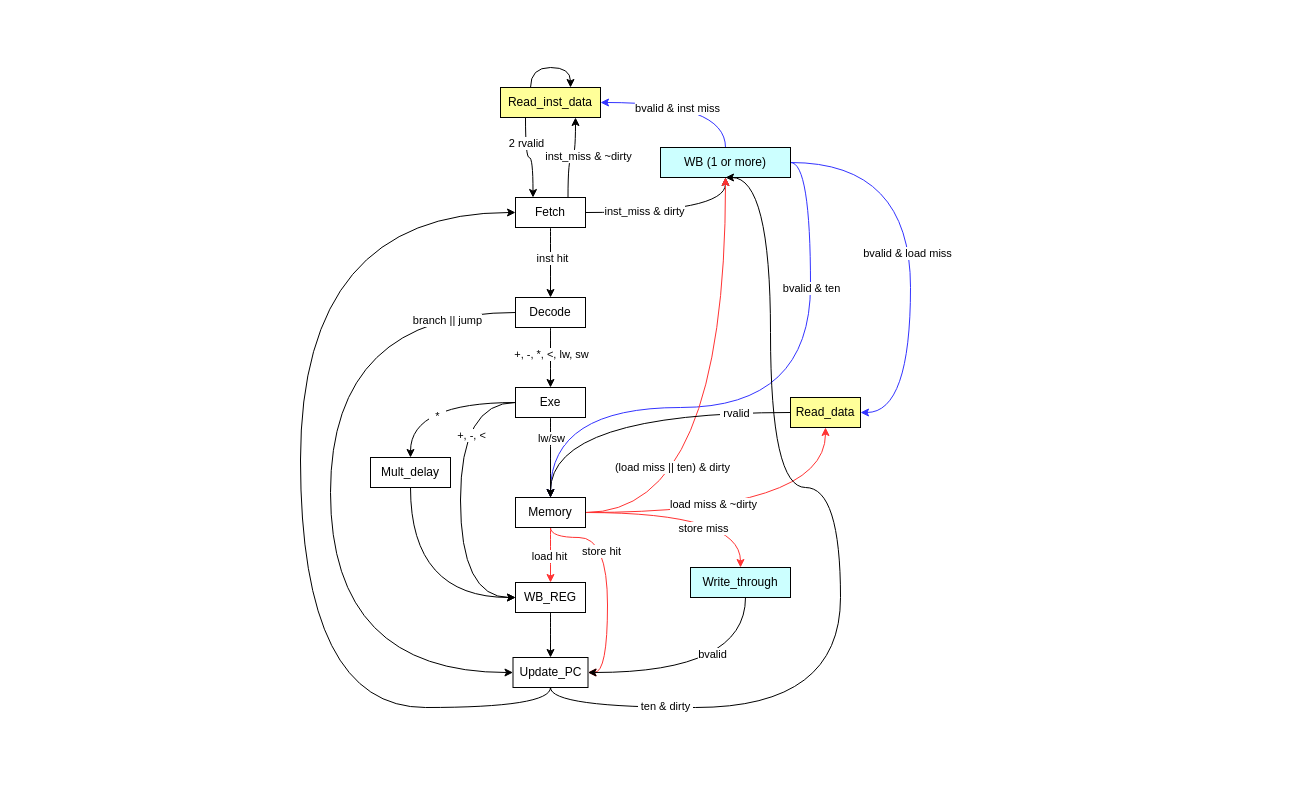
Jaychao2099/2025-fall-iclab keeps this draw.io diagram as Midterm Project/FSM.drawio. Above is the earlier version. Source tidied: cells renumbered, new cells numbered last; positions are measured from the earlier drawing's top-left corner, leaving out a move shared by most shapes. Both pictures are drawn from the tidied source at 100%, with x=0, y=0 at pixel (300, 67).
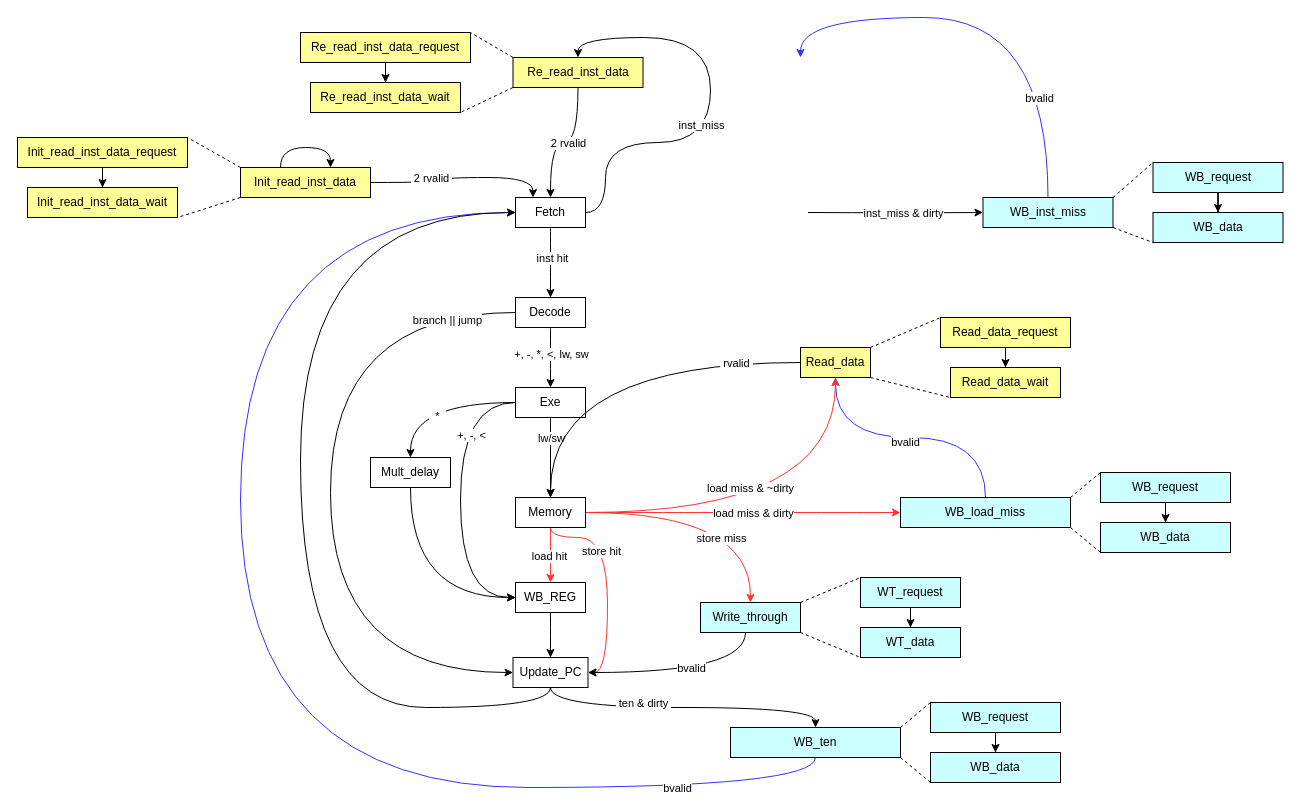
The same diagram, later.

The change refers to these unchanged cells:
```xml
<mxCell id="11" value="Fetch" style="rounded=0;whiteSpace=wrap;html=1;" parent="1" vertex="1">
  <mxGeometry x="215" y="130" width="70" height="30" as="geometry" />
</mxCell>
<mxCell id="33" style="edgeStyle=orthogonalEdgeStyle;rounded=0;jettySize=auto;html=1;curved=1;strokeColor=#FF3333;" parent="1" edge="1" source="41" target="55">
  <mxGeometry relative="1" as="geometry" />
</mxCell>
<mxCell id="41" value="Memory" style="rounded=0;whiteSpace=wrap;html=1;" parent="1" vertex="1">
  <mxGeometry x="215" y="430" width="70" height="30" as="geometry" />
</mxCell>
<mxCell id="47" value="Update_PC" style="rounded=0;whiteSpace=wrap;html=1;" parent="1" vertex="1">
  <mxGeometry x="212.5" y="590" width="75" height="30" as="geometry" />
</mxCell>
<mxCell id="53" style="edgeStyle=orthogonalEdgeStyle;rounded=0;jettySize=auto;html=1;curved=1;" parent="1" edge="1" source="55" target="47">
  <mxGeometry relative="1" as="geometry">
    <Array as="points">
      <mxPoint x="445" y="605" />
    </Array>
  </mxGeometry>
</mxCell>
```

What changed in the source:
```diff
@@
-    <mxCell id="2" style="edgeStyle=orthogonalEdgeStyle;rounded=0;jettySize=auto;html=1;exitX=0.25;exitY=1;exitDx=0;exitDy=0;entryX=0.25;entryY=0;entryDx=0;entryDy=0;curved=1;" parent="1" edge="1" source="4" target="11">
+    <mxCell id="2" style="edgeStyle=orthogonalEdgeStyle;rounded=0;jettySize=auto;html=1;exitX=1;exitY=0.5;exitDx=0;exitDy=0;entryX=0.25;entryY=0;entryDx=0;entryDy=0;curved=1;" parent="1" edge="1" source="4" target="11">
       <mxGeometry relative="1" as="geometry" />
     </mxCell>
-    <mxCell id="3" value="2 rvalid" style="edgeLabel;html=1;align=center;verticalAlign=middle;" parent="2" vertex="1">
-      <mxGeometry x="-0.43" relative="1" as="geometry" />
+    <mxCell id="3" value="&amp;nbsp;2 rvalid&amp;nbsp;" style="edgeLabel;html=1;align=center;verticalAlign=middle;" parent="2" vertex="1">
+      <mxGeometry x="-0.43" relative="1" as="geometry">
+        <mxPoint x="7" y="-5" as="offset" />
+      </mxGeometry>
     </mxCell>
-    <mxCell id="4" value="Read_inst_data" style="rounded=0;whiteSpace=wrap;html=1;fillColor=#FFFF99;" parent="1" vertex="1">
-      <mxGeometry x="200" y="20" width="100" height="30" as="geometry" />
+    <mxCell id="4" value="Init_read_inst_data" style="rounded=0;whiteSpace=wrap;html=1;fillColor=#FFFF99;" parent="1" vertex="1">
+      <mxGeometry x="-60" y="100" width="130" height="30" as="geometry" />
     </mxCell>
-    <mxCell id="5" style="edgeStyle=orthogonalEdgeStyle;rounded=0;jettySize=auto;html=1;curved=1;" parent="1" edge="1" source="11" target="18">
-      <mxGeometry relative="1" as="geometry" />
+    <mxCell id="5" style="edgeStyle=orthogonalEdgeStyle;rounded=0;jettySize=auto;html=1;curved=1;" parent="1" edge="1" target="18">
+      <mxGeometry relative="1" as="geometry">
+        <mxPoint x="507.5" y="145" as="sourcePoint" />
+      </mxGeometry>
     </mxCell>
     <mxCell id="6" value="inst_miss &amp;amp; dirty" style="edgeLabel;html=1;align=center;verticalAlign=middle;" parent="5" vertex="1">
-      <mxGeometry x="-0.34" y="2" relative="1" as="geometry" />
+      <mxGeometry x="-0.34" y="2" relative="1" as="geometry">
+        <mxPoint x="37" y="2" as="offset" />
+      </mxGeometry>
     </mxCell>
-    <mxCell id="7" style="edgeStyle=orthogonalEdgeStyle;rounded=0;jettySize=auto;html=1;exitX=0.75;exitY=0;exitDx=0;exitDy=0;entryX=0.75;entryY=1;entryDx=0;entryDy=0;curved=1;" parent="1" edge="1" source="11" target="4">
-      <mxGeometry relative="1" as="geometry" />
+    <mxCell id="7" style="edgeStyle=orthogonalEdgeStyle;rounded=0;jettySize=auto;html=1;exitX=1;exitY=0.5;exitDx=0;exitDy=0;entryX=0.5;entryY=0;entryDx=0;entryDy=0;curved=1;" parent="1" edge="1" source="11" target="60">
+      <mxGeometry relative="1" as="geometry">
+        <Array as="points">
+          <mxPoint x="305" y="145" />
+          <mxPoint x="305" y="75" />
+          <mxPoint x="410" y="75" />
+          <mxPoint x="410" y="-30" />
+          <mxPoint x="278" y="-30" />
+        </Array>
+      </mxGeometry>
     </mxCell>
-    <mxCell id="8" value="inst_miss &amp;amp; ~dirty" style="edgeLabel;html=1;align=center;verticalAlign=middle;" parent="7" vertex="1">
+    <mxCell id="8" value="inst_miss" style="edgeLabel;html=1;align=center;verticalAlign=middle;" parent="7" vertex="1">
       <mxGeometry x="-0.02" y="2" relative="1" as="geometry">
-        <mxPoint x="17" as="offset" />
+        <mxPoint x="-8" y="9" as="offset" />
       </mxGeometry>
     </mxCell>
@@
-    <mxCell id="12" style="edgeStyle=orthogonalEdgeStyle;rounded=0;jettySize=auto;html=1;curved=1;strokeColor=#3333FF;" parent="1" edge="1" source="18" target="4">
+    <mxCell id="12" style="edgeStyle=orthogonalEdgeStyle;rounded=0;jettySize=auto;html=1;curved=1;strokeColor=#3333FF;exitX=0.5;exitY=0;exitDx=0;exitDy=0;entryX=0.5;entryY=0;entryDx=0;entryDy=0;" parent="1" edge="1" source="18">
       <mxGeometry relative="1" as="geometry">
+        <mxPoint x="500" y="-10" as="targetPoint" />
         <Array as="points">
-          <mxPoint x="425" y="35" />
+          <mxPoint x="747.5" y="-50" />
+          <mxPoint x="500.5" y="-50" />
         </Array>
       </mxGeometry>
     </mxCell>
-    <mxCell id="13" value="bvalid &amp;amp; inst miss" style="edgeLabel;html=1;align=center;verticalAlign=middle;" parent="12" vertex="1">
-      <mxGeometry x="0.1" y="5" relative="1" as="geometry" />
+    <mxCell id="13" value="bvalid" style="edgeLabel;html=1;align=center;verticalAlign=middle;" parent="12" vertex="1">
+      <mxGeometry x="0.1" y="5" relative="1" as="geometry">
+        <mxPoint x="68" y="75" as="offset" />
+      </mxGeometry>
     </mxCell>
-    <mxCell id="14" style="edgeStyle=orthogonalEdgeStyle;rounded=0;jettySize=auto;html=1;curved=1;exitX=1;exitY=0.5;exitDx=0;exitDy=0;strokeColor=#3333FF;" parent="1" edge="1" source="18" target="52">
-      <mxGeometry relative="1" as="geometry">
-        <Array as="points">
-          <mxPoint x="610" y="95" />
-          <mxPoint x="610" y="345" />
-        </Array>
-      </mxGeometry>
+    <mxCell id="14" style="edgeStyle=orthogonalEdgeStyle;rounded=0;jettySize=auto;html=1;curved=1;exitX=0.5;exitY=0;exitDx=0;exitDy=0;strokeColor=#3333FF;entryX=0.5;entryY=1;entryDx=0;entryDy=0;" parent="1" edge="1" source="85" target="52">
+      <mxGeometry relative="1" as="geometry" />
     </mxCell>
-    <mxCell id="15" value="bvalid &amp;amp; load miss" style="edgeLabel;html=1;align=center;verticalAlign=middle;" parent="14" vertex="1">
-      <mxGeometry y="-4" relative="1" as="geometry" />
+    <mxCell id="15" value="bvalid" style="edgeLabel;html=1;align=center;verticalAlign=middle;" parent="14" vertex="1">
+      <mxGeometry y="-4" relative="1" as="geometry">
+        <mxPoint x="-6" y="8" as="offset" />
+      </mxGeometry>
     </mxCell>
-    <mxCell id="16" style="edgeStyle=orthogonalEdgeStyle;rounded=0;jettySize=auto;html=1;exitX=1;exitY=0.5;exitDx=0;exitDy=0;entryX=0.5;entryY=0;entryDx=0;entryDy=0;curved=1;strokeColor=#3333FF;" parent="1" edge="1" source="18" target="41">
+    <mxCell id="16" style="edgeStyle=orthogonalEdgeStyle;rounded=0;jettySize=auto;html=1;exitX=0.5;exitY=1;exitDx=0;exitDy=0;entryX=0;entryY=0.5;entryDx=0;entryDy=0;curved=1;strokeColor=#3333FF;" parent="1" edge="1" source="91" target="11">
       <mxGeometry relative="1" as="geometry">
         <Array as="points">
-          <mxPoint x="510" y="95" />
-          <mxPoint x="510" y="340" />
-          <mxPoint x="250" y="340" />
+          <mxPoint x="515" y="720" />
+          <mxPoint x="-60" y="720" />
+          <mxPoint x="-60" y="145" />
         </Array>
       </mxGeometry>
     </mxCell>
-    <mxCell id="17" value="bvalid &amp;amp; ten" style="edgeLabel;html=1;align=center;verticalAlign=middle;" parent="16" vertex="1">
+    <mxCell id="17" value="bvalid" style="edgeLabel;html=1;align=center;verticalAlign=middle;" parent="16" vertex="1">
       <mxGeometry x="-0.53" y="3" relative="1" as="geometry">
-        <mxPoint x="-3" as="offset" />
+        <mxPoint x="173" y="-3" as="offset" />
       </mxGeometry>
     </mxCell>
-    <mxCell id="18" value="WB (1 or more)" style="rounded=0;whiteSpace=wrap;html=1;fillColor=#CCFFFF;" parent="1" vertex="1">
-      <mxGeometry x="360" y="80" width="130" height="30" as="geometry" />
+    <mxCell id="18" value="WB_inst_miss" style="rounded=0;whiteSpace=wrap;html=1;fillColor=#CCFFFF;" parent="1" vertex="1">
+      <mxGeometry x="682.5" y="130" width="130" height="30" as="geometry" />
     </mxCell>
@@
     <mxCell id="34" value="store miss" style="edgeLabel;html=1;align=center;verticalAlign=middle;" parent="33" vertex="1">
-      <mxGeometry x="0.11" y="-15" relative="1" as="geometry" />
+      <mxGeometry x="0.11" y="-15" relative="1" as="geometry">
+        <mxPoint x="-7" y="10" as="offset" />
+      </mxGeometry>
     </mxCell>
@@
-    <mxCell id="37" style="edgeStyle=orthogonalEdgeStyle;rounded=0;jettySize=auto;html=1;curved=1;entryX=0.5;entryY=1;entryDx=0;entryDy=0;strokeColor=#FF3333;" parent="1" edge="1" source="41" target="52">
-      <mxGeometry relative="1" as="geometry" />
+    <mxCell id="37" style="edgeStyle=orthogonalEdgeStyle;rounded=0;jettySize=auto;html=1;curved=1;entryX=0.5;entryY=1;entryDx=0;entryDy=0;strokeColor=#FF3333;exitX=1;exitY=0.5;exitDx=0;exitDy=0;" parent="1" edge="1" source="41" target="52">
+      <mxGeometry relative="1" as="geometry">
+        <Array as="points">
+          <mxPoint x="535" y="445" />
+        </Array>
+      </mxGeometry>
     </mxCell>
     <mxCell id="38" value="load miss &amp;amp; ~dirty" style="edgeLabel;html=1;align=center;verticalAlign=middle;" parent="37" vertex="1">
-      <mxGeometry x="-0.22" y="9" relative="1" as="geometry" />
+      <mxGeometry x="-0.22" y="9" relative="1" as="geometry">
+        <mxPoint x="14" y="-16" as="offset" />
+      </mxGeometry>
     </mxCell>
-    <mxCell id="39" style="edgeStyle=orthogonalEdgeStyle;rounded=0;jettySize=auto;html=1;exitX=1;exitY=0.5;exitDx=0;exitDy=0;curved=1;strokeColor=#FF3333;" parent="1" edge="1" source="41" target="18">
+    <mxCell id="39" style="edgeStyle=orthogonalEdgeStyle;rounded=0;jettySize=auto;html=1;exitX=1;exitY=0.5;exitDx=0;exitDy=0;curved=1;strokeColor=#FF3333;entryX=0;entryY=0.5;entryDx=0;entryDy=0;" parent="1" edge="1" source="41" target="85">
       <mxGeometry relative="1" as="geometry" />
     </mxCell>
-    <mxCell id="40" value="(load miss&amp;nbsp;|| ten)&amp;nbsp;&amp;amp; dirty" style="edgeLabel;html=1;align=center;verticalAlign=middle;" parent="39" vertex="1">
-      <mxGeometry x="-0.64" y="46" relative="1" as="geometry" />
+    <mxCell id="40" value="load miss &amp;amp; dirty" style="edgeLabel;html=1;align=center;verticalAlign=middle;" parent="39" vertex="1">
+      <mxGeometry x="-0.64" y="46" relative="1" as="geometry">
+        <mxPoint x="110" y="46" as="offset" />
+      </mxGeometry>
     </mxCell>
@@
-    <mxCell id="45" style="edgeStyle=orthogonalEdgeStyle;rounded=0;jettySize=auto;html=1;exitX=0.5;exitY=1;exitDx=0;exitDy=0;entryX=0.5;entryY=1;entryDx=0;entryDy=0;curved=1;" parent="1" edge="1" source="47" target="18">
-      <mxGeometry relative="1" as="geometry">
-        <Array as="points">
-          <mxPoint x="250" y="640" />
-          <mxPoint x="540" y="640" />
-          <mxPoint x="540" y="420" />
-          <mxPoint x="470" y="420" />
-          <mxPoint x="470" y="110" />
-        </Array>
-      </mxGeometry>
+    <mxCell id="45" style="edgeStyle=orthogonalEdgeStyle;rounded=0;jettySize=auto;html=1;exitX=0.5;exitY=1;exitDx=0;exitDy=0;curved=1;entryX=0.5;entryY=0;entryDx=0;entryDy=0;" parent="1" edge="1" source="47" target="91">
+      <mxGeometry relative="1" as="geometry" />
     </mxCell>
     <mxCell id="46" value="&amp;nbsp;ten &amp;amp; dirty&amp;nbsp;" style="edgeLabel;html=1;align=center;verticalAlign=middle;" parent="45" vertex="1">
-      <mxGeometry x="-0.72" y="2" relative="1" as="geometry" />
+      <mxGeometry x="-0.72" y="2" relative="1" as="geometry">
+        <mxPoint x="69" y="-3" as="offset" />
+      </mxGeometry>
     </mxCell>
@@
     <mxCell id="52" value="Read_data" style="rounded=0;whiteSpace=wrap;html=1;fillColor=#FFFF99;" parent="1" vertex="1">
-      <mxGeometry x="490" y="330" width="70" height="30" as="geometry" />
+      <mxGeometry x="500" y="280" width="70" height="30" as="geometry" />
     </mxCell>
@@
     <mxCell id="54" value="bvalid" style="edgeLabel;html=1;align=center;verticalAlign=middle;" parent="53" vertex="1">
-      <mxGeometry x="-0.06" y="-19" relative="1" as="geometry" />
+      <mxGeometry x="-0.06" y="-19" relative="1" as="geometry">
+        <mxPoint x="-2" y="14" as="offset" />
+      </mxGeometry>
     </mxCell>
+    <mxCell id="57" style="rounded=0;jettySize=auto;html=1;exitX=1;exitY=0;exitDx=0;exitDy=0;entryX=0;entryY=0;entryDx=0;entryDy=0;dashed=1;endArrow=none;endFill=0;" parent="1" edge="1" source="55" target="62">
+      <mxGeometry relative="1" as="geometry" />
+    </mxCell>
     <mxCell id="55" value="Write_through" style="rounded=0;whiteSpace=wrap;html=1;fillColor=#CCFFFF;" parent="1" vertex="1">
-      <mxGeometry x="390" y="500" width="100" height="30" as="geometry" />
+      <mxGeometry x="400" y="535" width="100" height="30" as="geometry" />
     </mxCell>
     <mxCell id="56" style="edgeStyle=orthogonalEdgeStyle;rounded=0;orthogonalLoop=1;jettySize=auto;html=1;curved=1;" parent="1" edge="1" source="4" target="4">
       <mxGeometry relative="1" as="geometry">
         <Array as="points">
-          <mxPoint x="230" />
+          <mxPoint x="-20" y="80" />
         </Array>
       </mxGeometry>
     </mxCell>
+    <mxCell id="58" style="edgeStyle=orthogonalEdgeStyle;rounded=0;jettySize=auto;html=1;exitX=0.5;exitY=1;exitDx=0;exitDy=0;entryX=0.5;entryY=0;entryDx=0;entryDy=0;curved=1;" parent="1" edge="1" source="60" target="11">
+      <mxGeometry relative="1" as="geometry" />
+    </mxCell>
+    <mxCell id="59" value="&amp;nbsp;2 rvalid&amp;nbsp;" style="edgeLabel;html=1;align=center;verticalAlign=middle;" parent="58" vertex="1">
+      <mxGeometry x="-0.06" relative="1" as="geometry" />
+    </mxCell>
+    <mxCell id="60" value="Re_read_inst_data" style="rounded=0;whiteSpace=wrap;html=1;fillColor=#FFFF99;" parent="1" vertex="1">
+      <mxGeometry x="212.5" y="-10" width="130" height="30" as="geometry" />
+    </mxCell>
+    <mxCell id="61" style="edgeStyle=orthogonalEdgeStyle;rounded=0;jettySize=auto;html=1;" parent="1" edge="1" source="62" target="63">
+      <mxGeometry relative="1" as="geometry" />
+    </mxCell>
+    <mxCell id="62" value="WT_request" style="rounded=0;whiteSpace=wrap;html=1;fillColor=#CCFFFF;" parent="1" vertex="1">
+      <mxGeometry x="560" y="510" width="100" height="30" as="geometry" />
+    </mxCell>
+    <mxCell id="63" value="WT_data" style="rounded=0;whiteSpace=wrap;html=1;fillColor=#CCFFFF;" parent="1" vertex="1">
+      <mxGeometry x="560" y="560" width="100" height="30" as="geometry" />
+    </mxCell>
+    <mxCell id="64" style="rounded=0;jettySize=auto;html=1;exitX=1;exitY=1;exitDx=0;exitDy=0;dashed=1;endArrow=none;endFill=0;entryX=0;entryY=1;entryDx=0;entryDy=0;" parent="1" edge="1" source="55" target="63">
+      <mxGeometry relative="1" as="geometry" />
+    </mxCell>
+    <mxCell id="65" style="edgeStyle=orthogonalEdgeStyle;rounded=0;jettySize=auto;html=1;" parent="1" edge="1" source="66" target="67">
+      <mxGeometry relative="1" as="geometry" />
+    </mxCell>
+    <mxCell id="66" value="Read_data_request" style="rounded=0;whiteSpace=wrap;html=1;fillColor=#FFFF99;" parent="1" vertex="1">
+      <mxGeometry x="640" y="250" width="130" height="30" as="geometry" />
+    </mxCell>
+    <mxCell id="67" value="Read_data_wait" style="rounded=0;whiteSpace=wrap;html=1;fillColor=#FFFF99;" parent="1" vertex="1">
+      <mxGeometry x="650" y="300" width="110" height="30" as="geometry" />
+    </mxCell>
+    <mxCell id="68" style="rounded=0;jettySize=auto;html=1;exitX=1;exitY=0;exitDx=0;exitDy=0;entryX=0;entryY=0;entryDx=0;entryDy=0;dashed=1;endArrow=none;endFill=0;" parent="1" edge="1" source="52" target="66">
+      <mxGeometry relative="1" as="geometry" />
+    </mxCell>
+    <mxCell id="69" style="rounded=0;jettySize=auto;html=1;exitX=1;exitY=1;exitDx=0;exitDy=0;entryX=0;entryY=1;entryDx=0;entryDy=0;dashed=1;endArrow=none;endFill=0;" parent="1" edge="1" source="52" target="67">
+      <mxGeometry relative="1" as="geometry" />
+    </mxCell>
+    <mxCell id="70" style="edgeStyle=orthogonalEdgeStyle;rounded=0;jettySize=auto;html=1;" parent="1" edge="1" source="71" target="72">
+      <mxGeometry relative="1" as="geometry" />
+    </mxCell>
+    <mxCell id="71" value="WB_request" style="rounded=0;whiteSpace=wrap;html=1;fillColor=#CCFFFF;" parent="1" vertex="1">
+      <mxGeometry x="852.5" y="95" width="130" height="30" as="geometry" />
+    </mxCell>
+    <mxCell id="72" value="WB_data" style="rounded=0;whiteSpace=wrap;html=1;fillColor=#CCFFFF;" parent="1" vertex="1">
+      <mxGeometry x="852.5" y="145" width="130" height="30" as="geometry" />
+    </mxCell>
+    <mxCell id="73" style="rounded=0;jettySize=auto;html=1;exitX=1;exitY=0;exitDx=0;exitDy=0;entryX=0;entryY=0;entryDx=0;entryDy=0;dashed=1;endArrow=none;endFill=0;" parent="1" edge="1" source="18" target="71">
+      <mxGeometry relative="1" as="geometry" />
+    </mxCell>
+    <mxCell id="74" style="rounded=0;jettySize=auto;html=1;exitX=1;exitY=1;exitDx=0;exitDy=0;entryX=0;entryY=1;entryDx=0;entryDy=0;dashed=1;endArrow=none;endFill=0;" parent="1" edge="1" source="18" target="72">
+      <mxGeometry relative="1" as="geometry" />
+    </mxCell>
+    <mxCell id="75" style="edgeStyle=orthogonalEdgeStyle;rounded=0;jettySize=auto;html=1;" parent="1" edge="1" source="76" target="77">
+      <mxGeometry relative="1" as="geometry" />
+    </mxCell>
+    <mxCell id="76" value="Re_read_inst_data_request" style="rounded=0;whiteSpace=wrap;html=1;fillColor=#FFFF99;" parent="1" vertex="1">
+      <mxGeometry y="-35" width="170" height="30" as="geometry" />
+    </mxCell>
+    <mxCell id="77" value="Re_read_inst_data_wait" style="rounded=0;whiteSpace=wrap;html=1;fillColor=#FFFF99;" parent="1" vertex="1">
+      <mxGeometry x="10" y="15" width="150" height="30" as="geometry" />
+    </mxCell>
+    <mxCell id="78" style="rounded=0;jettySize=auto;html=1;exitX=0;exitY=0;exitDx=0;exitDy=0;entryX=1;entryY=0;entryDx=0;entryDy=0;dashed=1;endArrow=none;endFill=0;" parent="1" edge="1" source="60" target="76">
+      <mxGeometry relative="1" as="geometry" />
+    </mxCell>
+    <mxCell id="79" style="rounded=0;jettySize=auto;html=1;exitX=0;exitY=1;exitDx=0;exitDy=0;entryX=1;entryY=1;entryDx=0;entryDy=0;dashed=1;endArrow=none;endFill=0;" parent="1" edge="1" source="60" target="77">
+      <mxGeometry relative="1" as="geometry" />
+    </mxCell>
+    <mxCell id="80" style="edgeStyle=orthogonalEdgeStyle;rounded=0;jettySize=auto;html=1;" parent="1" edge="1" source="81" target="82">
+      <mxGeometry relative="1" as="geometry" />
+    </mxCell>
+    <mxCell id="81" value="Init_read_inst_data_request" style="rounded=0;whiteSpace=wrap;html=1;fillColor=#FFFF99;" parent="1" vertex="1">
+      <mxGeometry x="-283" y="70" width="170" height="30" as="geometry" />
+    </mxCell>
+    <mxCell id="82" value="Init_read_inst_data_wait" style="rounded=0;whiteSpace=wrap;html=1;fillColor=#FFFF99;" parent="1" vertex="1">
+      <mxGeometry x="-273" y="120" width="150" height="30" as="geometry" />
+    </mxCell>
+    <mxCell id="83" style="rounded=0;jettySize=auto;html=1;exitX=0;exitY=0;exitDx=0;exitDy=0;entryX=1;entryY=0;entryDx=0;entryDy=0;dashed=1;endArrow=none;endFill=0;" parent="1" edge="1" source="4" target="81">
+      <mxGeometry relative="1" as="geometry" />
+    </mxCell>
+    <mxCell id="84" style="rounded=0;jettySize=auto;html=1;exitX=0;exitY=1;exitDx=0;exitDy=0;entryX=1;entryY=1;entryDx=0;entryDy=0;dashed=1;endArrow=none;endFill=0;" parent="1" edge="1" source="4" target="82">
+      <mxGeometry relative="1" as="geometry" />
+    </mxCell>
+    <mxCell id="85" value="WB_load_miss" style="rounded=0;whiteSpace=wrap;html=1;fillColor=#CCFFFF;" parent="1" vertex="1">
+      <mxGeometry x="600" y="430" width="170" height="30" as="geometry" />
+    </mxCell>
+    <mxCell id="86" style="edgeStyle=orthogonalEdgeStyle;rounded=0;jettySize=auto;html=1;" parent="1" edge="1" source="87" target="88">
+      <mxGeometry relative="1" as="geometry" />
+    </mxCell>
+    <mxCell id="87" value="WB_request" style="rounded=0;whiteSpace=wrap;html=1;fillColor=#CCFFFF;" parent="1" vertex="1">
+      <mxGeometry x="800" y="405" width="130" height="30" as="geometry" />
+    </mxCell>
+    <mxCell id="88" value="WB_data" style="rounded=0;whiteSpace=wrap;html=1;fillColor=#CCFFFF;" parent="1" vertex="1">
+      <mxGeometry x="800" y="455" width="130" height="30" as="geometry" />
+    </mxCell>
+    <mxCell id="89" style="rounded=0;jettySize=auto;html=1;exitX=1;exitY=0;exitDx=0;exitDy=0;entryX=0;entryY=0;entryDx=0;entryDy=0;dashed=1;endArrow=none;endFill=0;" parent="1" edge="1" source="85" target="87">
+      <mxGeometry relative="1" as="geometry" />
+    </mxCell>
+    <mxCell id="90" style="rounded=0;jettySize=auto;html=1;exitX=1;exitY=1;exitDx=0;exitDy=0;entryX=0;entryY=1;entryDx=0;entryDy=0;dashed=1;endArrow=none;endFill=0;" parent="1" edge="1" source="85" target="88">
+      <mxGeometry relative="1" as="geometry" />
+    </mxCell>
+    <mxCell id="91" value="WB_ten" style="rounded=0;whiteSpace=wrap;html=1;fillColor=#CCFFFF;" parent="1" vertex="1">
+      <mxGeometry x="430" y="660" width="170" height="30" as="geometry" />
+    </mxCell>
+    <mxCell id="92" style="edgeStyle=orthogonalEdgeStyle;rounded=0;jettySize=auto;html=1;" parent="1" edge="1" source="93" target="94">
+      <mxGeometry relative="1" as="geometry" />
+    </mxCell>
+    <mxCell id="93" value="WB_request" style="rounded=0;whiteSpace=wrap;html=1;fillColor=#CCFFFF;" parent="1" vertex="1">
+      <mxGeometry x="630" y="635" width="130" height="30" as="geometry" />
+    </mxCell>
+    <mxCell id="94" value="WB_data" style="rounded=0;whiteSpace=wrap;html=1;fillColor=#CCFFFF;" parent="1" vertex="1">
+      <mxGeometry x="630" y="685" width="130" height="30" as="geometry" />
+    </mxCell>
+    <mxCell id="95" style="rounded=0;jettySize=auto;html=1;exitX=1;exitY=0;exitDx=0;exitDy=0;entryX=0;entryY=0;entryDx=0;entryDy=0;dashed=1;endArrow=none;endFill=0;" parent="1" edge="1" source="91" target="93">
+      <mxGeometry relative="1" as="geometry" />
+    </mxCell>
+    <mxCell id="96" style="rounded=0;jettySize=auto;html=1;exitX=1;exitY=1;exitDx=0;exitDy=0;entryX=0;entryY=1;entryDx=0;entryDy=0;dashed=1;endArrow=none;endFill=0;" parent="1" edge="1" source="91" target="94">
+      <mxGeometry relative="1" as="geometry" />
+    </mxCell>
```
